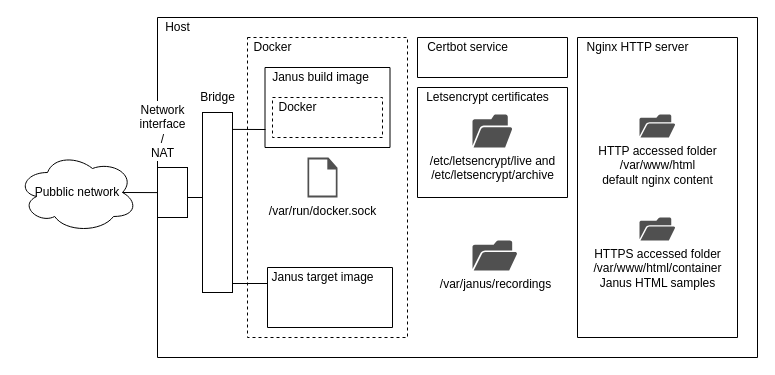
Above: doc/host_setup.drawio in bartbalaz/janus-container (draw.io), before the change. Source tidied: cells renumbered, new cells numbered last; positions are measured from the earlier drawing's top-left corner, leaving out a move shared by most shapes. Both pictures are drawn from the tidied source at 100%, with x=0, y=0 at pixel (17, 17).
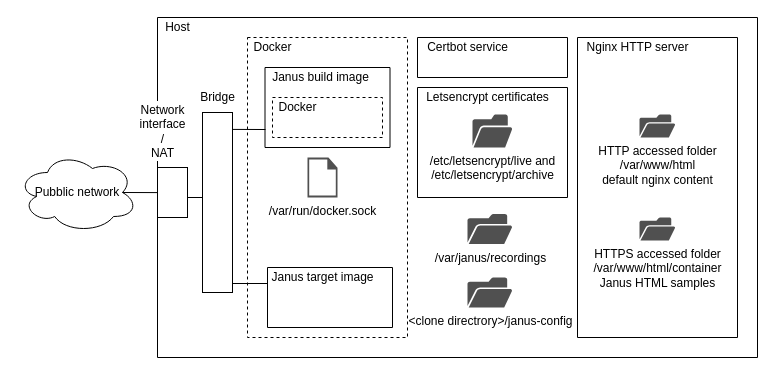
After the change.

Commit message (it also covers changes not shown here):
Updating setup instructions

The edit, as a diff of the source:
```diff
@@
     <mxCell id="19" value="/var/janus/recordings" style="shadow=0;dashed=0;html=1;strokeColor=none;fillColor=#505050;labelPosition=center;verticalLabelPosition=bottom;verticalAlign=top;align=center;shape=mxgraph.office.concepts.folder_open;" parent="1" vertex="1">
-      <mxGeometry x="455" y="223" width="45" height="30" as="geometry" />
+      <mxGeometry x="450" y="196.5" width="45" height="30" as="geometry" />
     </mxCell>
@@
+    <mxCell id="32" value="&amp;lt;clone directrory&amp;gt;/janus-config" style="shadow=0;dashed=0;html=1;strokeColor=none;fillColor=#505050;labelPosition=center;verticalLabelPosition=bottom;verticalAlign=top;align=center;shape=mxgraph.office.concepts.folder_open;" parent="1" vertex="1">
+      <mxGeometry x="450" y="260" width="45" height="30" as="geometry" />
+    </mxCell>
```
